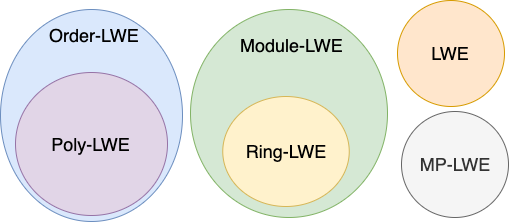
The draw.io diagram files/Structured-LWE.png in yczhangsjtu/AlgebraicLWE, before a commit. Source tidied: cells renumbered, new cells last; positions are measured from the earlier drawing's top-left corner, leaving out a move shared by most shapes.
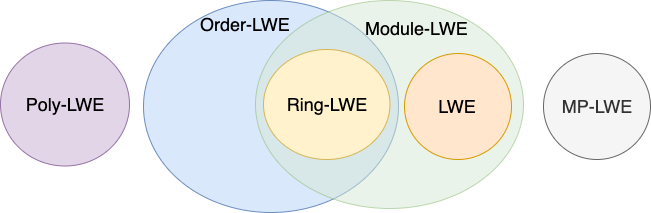
The same diagram one commit later.

What changed in the source:
```diff
@@ -3,28 +3,28 @@
     <mxCell id="0" />
     <mxCell id="1" parent="0" />
     <mxCell id="2" style="ellipse;whiteSpace=wrap;html=1;fillColor=#dae8fc;fontSize=18;strokeColor=#6c8ebf;" parent="1" vertex="1">
-      <mxGeometry y="9" width="182" height="212" as="geometry" />
+      <mxGeometry x="78" y="9" width="255" height="212" as="geometry" />
     </mxCell>
     <mxCell id="3" value="Order-LWE" style="text;html=1;align=center;verticalAlign=middle;fontSize=18;fontColor=#000000;" parent="1" vertex="1">
-      <mxGeometry x="44" y="22" width="100" height="26" as="geometry" />
+      <mxGeometry x="130" y="20" width="100" height="26" as="geometry" />
     </mxCell>
     <mxCell id="4" value="Poly-LWE" style="ellipse;whiteSpace=wrap;html=1;fillColor=#e1d5e7;fontSize=18;strokeColor=#9673a6;" parent="1" vertex="1">
-      <mxGeometry x="15" y="72" width="152" height="143" as="geometry" />
+      <mxGeometry x="-65" y="51.5" width="129" height="123" as="geometry" />
     </mxCell>
-    <mxCell id="5" style="ellipse;whiteSpace=wrap;html=1;fillColor=#d5e8d4;fontSize=18;strokeColor=#82b366;" parent="1" vertex="1">
-      <mxGeometry x="190" y="9" width="197" height="208" as="geometry" />
+    <mxCell id="5" style="ellipse;whiteSpace=wrap;html=1;fillColor=#d5e8d4;fontSize=18;strokeColor=#82b366;opacity=50;" parent="1" vertex="1">
+      <mxGeometry x="190" y="9" width="268" height="208" as="geometry" />
     </mxCell>
     <mxCell id="6" value="Module-LWE" style="text;html=1;align=center;verticalAlign=middle;fontSize=18;fontColor=#000000;" parent="1" vertex="1">
-      <mxGeometry x="235.8" y="32" width="113" height="26" as="geometry" />
+      <mxGeometry x="295" y="24" width="113" height="26" as="geometry" />
     </mxCell>
     <mxCell id="7" value="Ring-LWE" style="ellipse;whiteSpace=wrap;html=1;fillColor=#fff2cc;fontSize=18;strokeColor=#d6b656;" parent="1" vertex="1">
-      <mxGeometry x="222.2" y="96" width="126.5" height="110" as="geometry" />
+      <mxGeometry x="198" y="58" width="126.5" height="110" as="geometry" />
     </mxCell>
     <mxCell id="8" value="MP-LWE" style="ellipse;whiteSpace=wrap;html=1;fillColor=#f5f5f5;fontSize=18;fontColor=#333333;strokeColor=#666666;" parent="1" vertex="1">
-      <mxGeometry x="401" y="111" width="107" height="106" as="geometry" />
+      <mxGeometry x="478" y="62" width="107" height="106" as="geometry" />
     </mxCell>
     <mxCell id="9" value="LWE" style="ellipse;whiteSpace=wrap;html=1;fillColor=#ffe6cc;fontSize=18;strokeColor=#d79b00;" parent="1" vertex="1">
-      <mxGeometry x="397" width="107" height="106" as="geometry" />
+      <mxGeometry x="339" y="62" width="107" height="106" as="geometry" />
     </mxCell>
   </root>
 </mxGraphModel>
```
